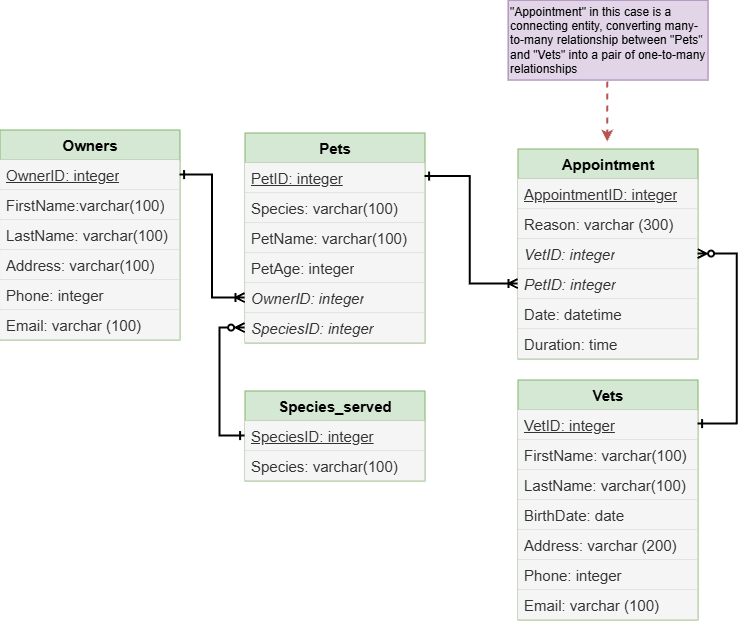
This is DBModeling_homework2/ER_diagram.png from yliyaa09102007-oss/inno-de-lab-aug-2026_Yuliya_Kozhemyakina-, a draw.io export, as it was before one commit. Source tidied: cells renumbered, new cells last; positions are measured from the earlier drawing's top-left corner, leaving out a move shared by most shapes.
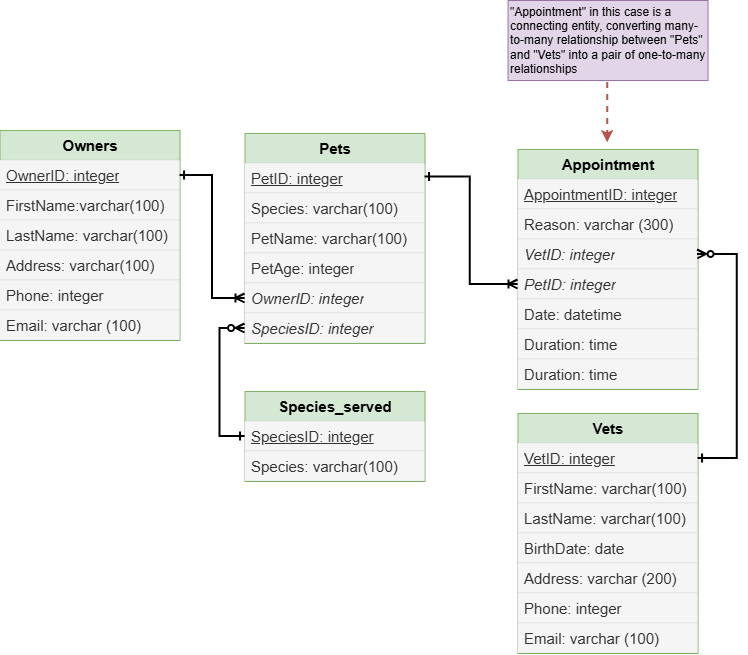
The same diagram one commit later.

Commit message:
Hopefully now adding homework 2

Change to the diagram source:
```diff
@@ -45,7 +45,7 @@
       <mxGeometry y="180" width="180" height="30" as="geometry" />
     </mxCell>
     <mxCell id="16" value="&lt;font style=&quot;font-size: 15px;&quot;&gt;&lt;b&gt;Vets&lt;/b&gt;&lt;/font&gt;" style="swimlane;fontStyle=0;horizontal=1;startSize=30;whiteSpace=wrap;html=1;fillColor=#d5e8d4;strokeColor=#82b366;strokeWidth=1;swimlaneFillColor=none;" parent="1" vertex="1">
-      <mxGeometry x="518" y="380" width="180" height="240" as="geometry" />
+      <mxGeometry x="518" y="413" width="180" height="240" as="geometry" />
     </mxCell>
     <mxCell id="17" value="&lt;font style=&quot;font-size: 15px;&quot;&gt;&lt;u&gt;VetID: integer&lt;/u&gt;&lt;/font&gt;" style="text;strokeColor=#666666;fillColor=#f5f5f5;align=left;verticalAlign=middle;spacingLeft=4;spacingRight=4;overflow=hidden;points=[[0,0.5],[1,0.5]];portConstraint=eastwest;whiteSpace=wrap;html=1;fontColor=#333333;strokeWidth=0;" parent="16" vertex="1">
       <mxGeometry y="30" width="180" height="30" as="geometry" />
@@ -69,7 +69,7 @@
       <mxGeometry y="210" width="180" height="30" as="geometry" />
     </mxCell>
     <mxCell id="24" value="&lt;font style=&quot;font-size: 15px;&quot;&gt;&lt;b&gt;Appointment&lt;/b&gt;&lt;/font&gt;" style="swimlane;fontStyle=0;horizontal=1;startSize=30;whiteSpace=wrap;html=1;fillColor=#d5e8d4;strokeColor=#82b366;strokeWidth=1;swimlaneFillColor=none;" parent="1" vertex="1">
-      <mxGeometry x="518" y="149" width="180" height="210" as="geometry" />
+      <mxGeometry x="518" y="149" width="180" height="240" as="geometry" />
     </mxCell>
     <mxCell id="25" value="&lt;font style=&quot;font-size: 15px;&quot;&gt;&lt;u&gt;AppointmentID: integer&lt;/u&gt;&lt;/font&gt;" style="text;strokeColor=#666666;fillColor=#f5f5f5;align=left;verticalAlign=middle;spacingLeft=4;spacingRight=4;overflow=hidden;whiteSpace=wrap;html=1;fontColor=#333333;strokeWidth=0;" parent="24" vertex="1">
       <mxGeometry y="30" width="180" height="30" as="geometry" />
@@ -89,6 +89,9 @@
     <mxCell id="30" value="&lt;font style=&quot;font-size: 15px;&quot;&gt;Duration: time&lt;/font&gt;" style="text;strokeColor=#666666;fillColor=#f5f5f5;align=left;verticalAlign=middle;spacingLeft=4;spacingRight=4;overflow=hidden;whiteSpace=wrap;html=1;fontColor=#333333;strokeWidth=0;" parent="24" vertex="1">
       <mxGeometry y="180" width="180" height="30" as="geometry" />
     </mxCell>
+    <mxCell id="40" value="&lt;font style=&quot;font-size: 15px;&quot;&gt;Duration: time&lt;/font&gt;" style="text;strokeColor=#666666;fillColor=#f5f5f5;align=left;verticalAlign=middle;spacingLeft=4;spacingRight=4;overflow=hidden;whiteSpace=wrap;html=1;fontColor=#333333;strokeWidth=0;" parent="24" vertex="1">
+      <mxGeometry y="210" width="180" height="30" as="geometry" />
+    </mxCell>
     <mxCell id="31" style="endArrow=classic;html=1;rounded=0;fillColor=#f8cecc;strokeColor=#b85450;strokeWidth=2;dashed=1;" parent="1" edge="1">
       <mxGeometry relative="1" as="geometry">
         <mxPoint x="607.6" y="82" as="sourcePoint" />
@@ -119,12 +122,12 @@
         </Array>
       </mxGeometry>
     </mxCell>
-    <mxCell id="38" style="edgeStyle=orthogonalEdgeStyle;fontSize=12;html=1;endArrow=ERzeroToMany;endFill=0;rounded=0;startArrow=ERone;startFill=0;exitX=1;exitY=0.5;exitDx=0;exitDy=0;startSize=6;strokeWidth=2;entryX=1;entryY=0.5;entryDx=0;entryDy=0;" parent="1" edge="1" target="24">
+    <mxCell id="38" style="edgeStyle=orthogonalEdgeStyle;fontSize=12;html=1;endArrow=ERzeroToMany;endFill=0;rounded=0;startArrow=ERone;startFill=0;exitX=1;exitY=0.5;exitDx=0;exitDy=0;startSize=6;strokeWidth=2;entryX=0.997;entryY=0.469;entryDx=0;entryDy=0;entryPerimeter=0;" parent="1" edge="1" source="17" target="27">
       <mxGeometry relative="1" as="geometry">
-        <mxPoint x="698" y="424" as="sourcePoint" />
         <Array as="points">
-          <mxPoint x="737.1" y="424" />
+          <mxPoint x="737.1" y="458" />
           <mxPoint x="737.1" y="254" />
+          <mxPoint x="697.5" y="254" />
         </Array>
       </mxGeometry>
     </mxCell>
```
